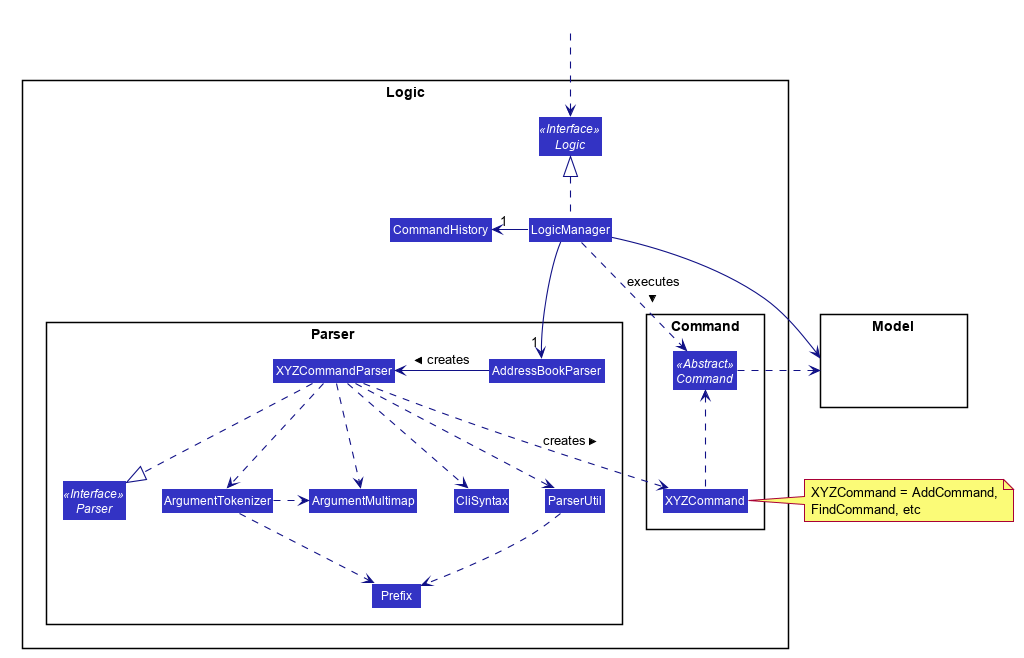
This is docs/images/LogicClassDiagram.png from se-edu/addressbook-level4, a PlantUML export, as it was before one commit. Its source is kept beside it as docs/diagrams/LogicClassDiagram.puml.
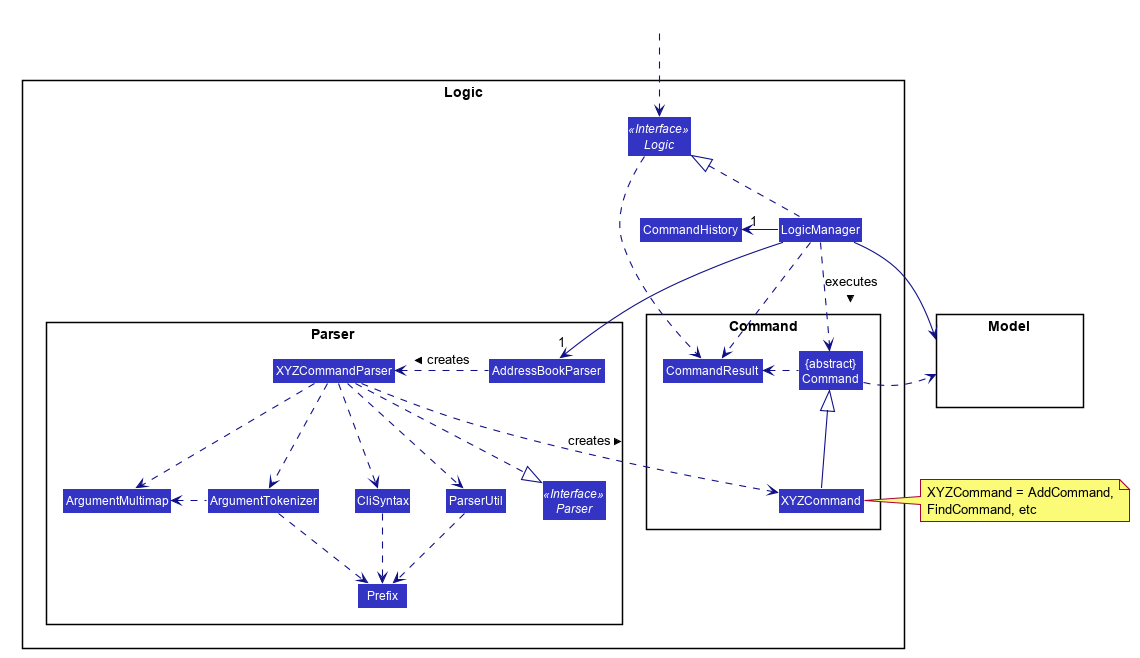
After the commit.

The edit, as a diff of the source:
```diff
@@ -23,7 +23,8 @@
 
 package Command {
 Class XYZCommand
-Abstract Class Command <<Abstract>>
+Class CommandResult
+Class "{abstract}\nCommand" as Command
 }
 
 Interface Logic <<Interface>>
@@ -42,23 +43,27 @@
 LogicManager .up.|> Logic
 LogicManager -left->"1" CommandHistory
 LogicManager -->"1" AddressBookParser
-LogicManager -[hidden]->"1" AddressBookParser
-AddressBookParser -left-> XYZCommandParser: creates >
+AddressBookParser .left.> XYZCommandParser: creates >
 
 XYZCommandParser ..> XYZCommand : creates >
 XYZCommandParser ..|> Parser
+XYZCommandParser ..> ArgumentMultimap
 XYZCommandParser ..> ArgumentTokenizer
-XYZCommandParser ..> ArgumentMultimap
-ArgumentTokenizer .right.> ArgumentMultimap
-Parser -right[hidden]-> ArgumentTokenizer
+ArgumentTokenizer .left.> ArgumentMultimap
 XYZCommandParser ..> CliSyntax
+CliSyntax ..> Prefix
 XYZCommandParser ..> ParserUtil
 ParserUtil .down.> Prefix
 ArgumentTokenizer .down.> Prefix
-XYZCommand .up.> Command
+XYZCommand -up-|> Command
 LogicManager ..> Command : executes >
 
 LogicManager --> Model
 Command .right.> Model
 note right of XYZCommand: XYZCommand = AddCommand, \nFindCommand, etc
+
+Logic ..> CommandResult
+LogicManager .down.> CommandResult
+Command .left.> CommandResult
+CommandResult -[hidden]-> Parser
 @enduml
```
